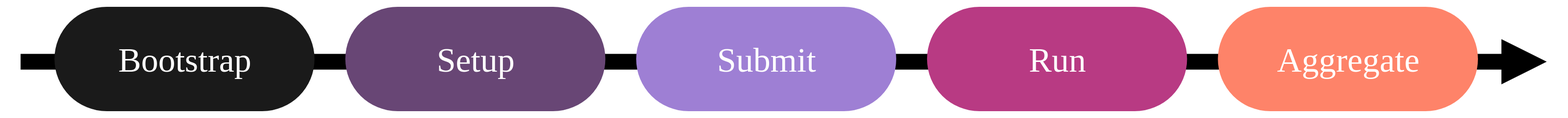
This is docs/source/_static/knit-arrow-light.svg from knit-sh/knit, a draw.io export, as it was before one commit. Source tidied: cells renumbered, new cells last; positions are measured from the earlier drawing's top-left corner, leaving out a move shared by most shapes.
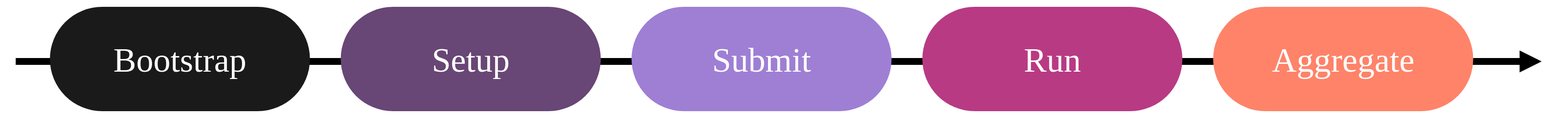
Above is the later version.

The edit, as a diff of the source:
```diff
@@ -2,7 +2,7 @@
   <root>
     <mxCell id="0" />
     <mxCell id="1" parent="0" />
-    <mxCell id="2" style="endArrow=block;html=1;rounded=0;strokeWidth=23;endFill=1;fillColor=#1A1A1A;" parent="1" edge="1">
+    <mxCell id="2" style="endArrow=block;html=1;rounded=0;strokeWidth=10;endFill=1;fillColor=#1A1A1A;" parent="1" edge="1">
       <mxGeometry relative="1" as="geometry">
         <mxPoint y="80" as="sourcePoint" />
         <mxPoint x="2230" y="80" as="targetPoint" />
```
